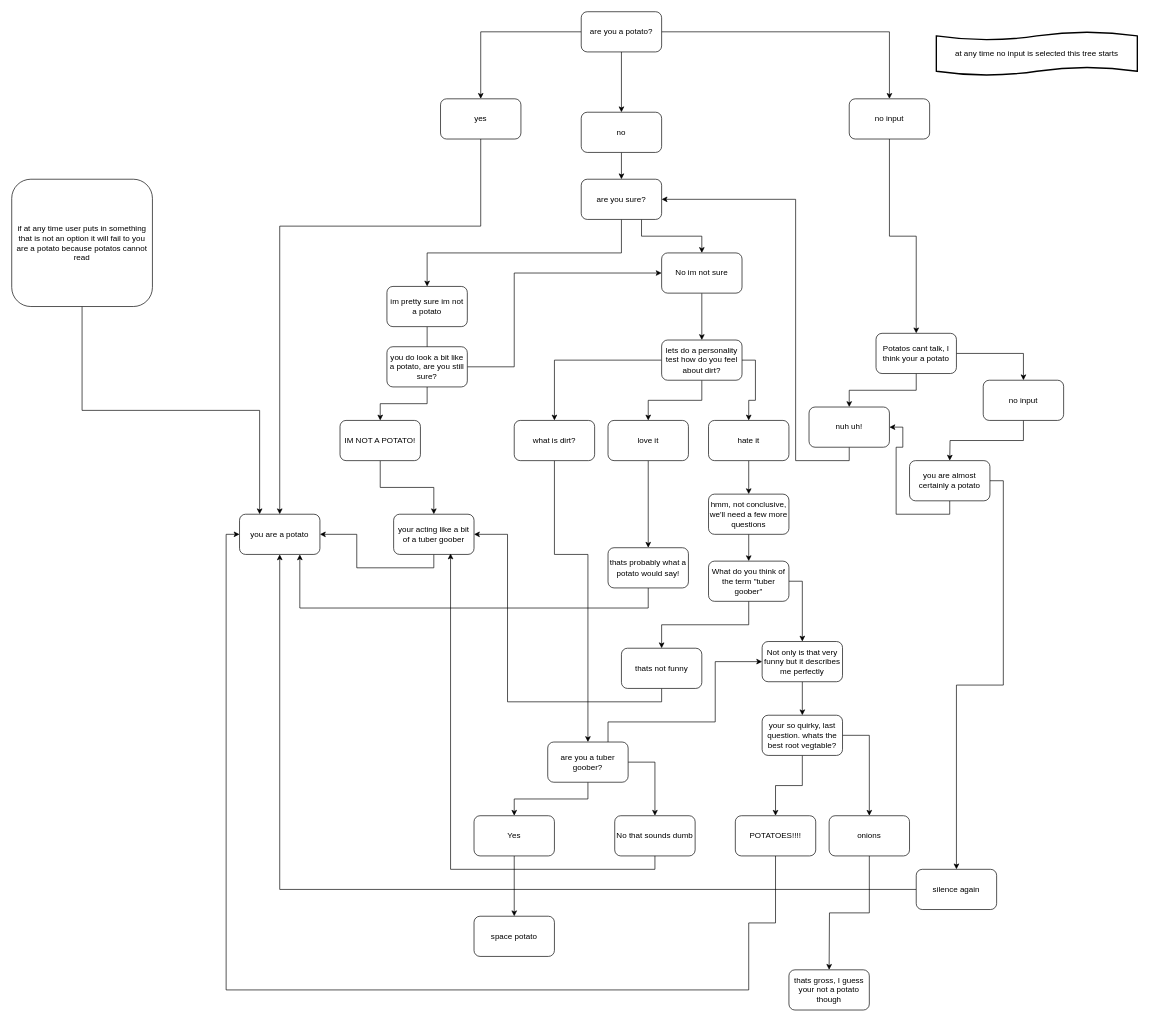
The draw.io diagram challenges/if-logic-diy/areyouapotato.drawio in kmatthews123/alta3training, before the edit. Source tidied: cells renumbered, new cells numbered last; positions are measured from the earlier drawing's top-left corner, leaving out a move shared by most shapes. Both pictures are drawn from the tidied source at 67%, with x=0, y=0 at pixel (11, 11).
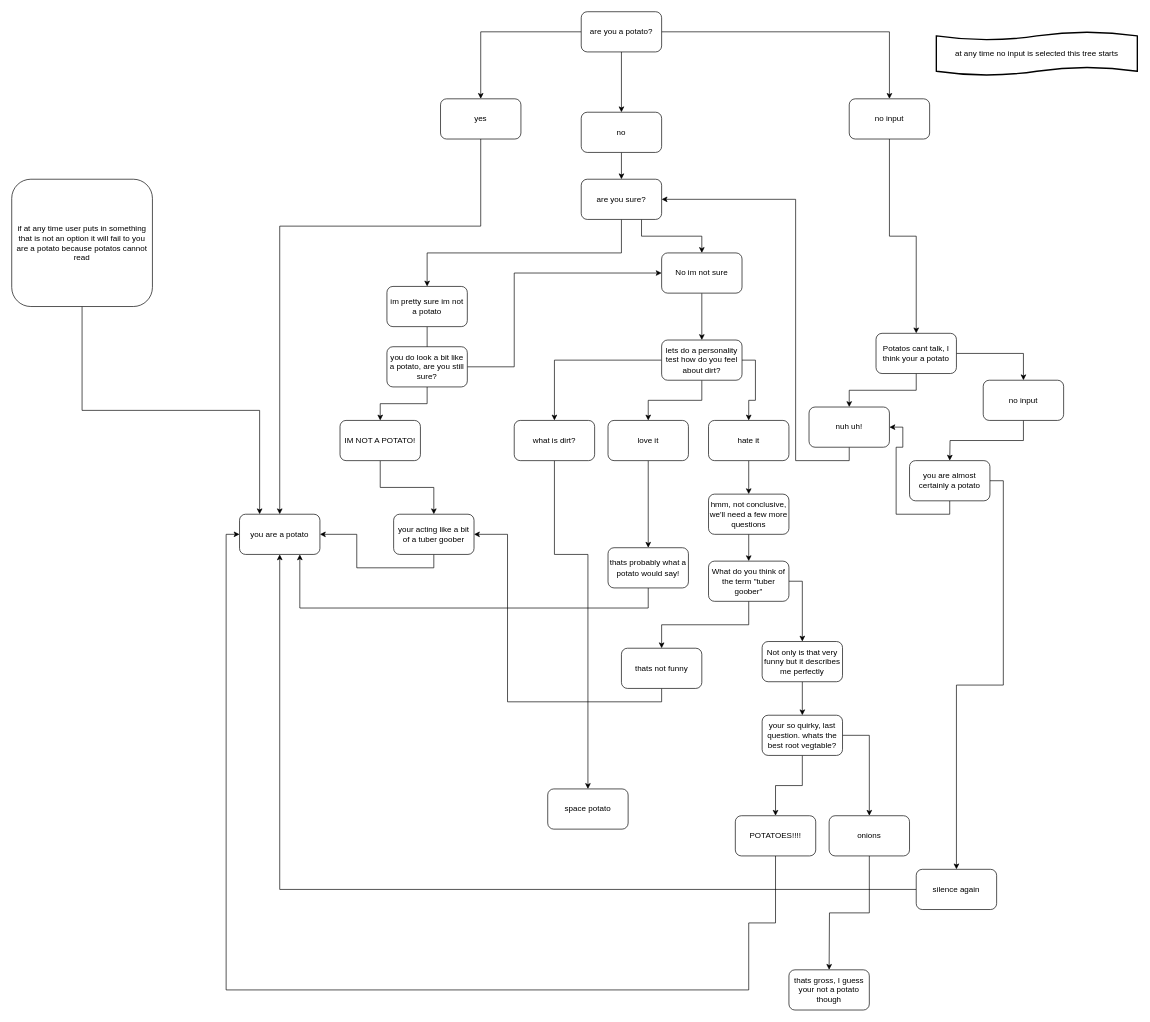
The same diagram, later.

The change refers to these unchanged cells:
```xml
<mxCell id="23" value="your acting like a bit of a tuber goober" style="rounded=1;whiteSpace=wrap;html=1;" parent="1" vertex="1">
  <mxGeometry x="570" y="750" width="120" height="60" as="geometry" />
</mxCell>
<mxCell id="47" value="what is dirt?" style="rounded=1;whiteSpace=wrap;html=1;" parent="1" vertex="1">
  <mxGeometry x="750" y="610" width="120" height="60" as="geometry" />
</mxCell>
<mxCell id="59" value="Not only is that very funny but it describes me perfectly" style="rounded=1;whiteSpace=wrap;html=1;" parent="1" vertex="1">
  <mxGeometry x="1120" y="940" width="120" height="60" as="geometry" />
</mxCell>
```

What changed in the source:
```diff
@@
-    <mxCell id="46" style="edgeStyle=orthogonalEdgeStyle;rounded=0;jettySize=auto;html=1;exitX=0.5;exitY=1;exitDx=0;exitDy=0;entryX=0.5;entryY=0;entryDx=0;entryDy=0;" parent="1" edge="1" source="47" target="67">
+    <mxCell id="46" style="edgeStyle=orthogonalEdgeStyle;rounded=0;jettySize=auto;html=1;exitX=0.5;exitY=1;exitDx=0;exitDy=0;entryX=0.5;entryY=0;entryDx=0;entryDy=0;" parent="1" edge="1" source="47" target="70">
       <mxGeometry relative="1" as="geometry">
         <Array as="points">
           <mxPoint x="810" y="810" />
           <mxPoint x="860" y="810" />
         </Array>
       </mxGeometry>
     </mxCell>
@@
-    <mxCell id="64" style="edgeStyle=orthogonalEdgeStyle;rounded=0;jettySize=auto;html=1;exitX=0.5;exitY=1;exitDx=0;exitDy=0;entryX=0.5;entryY=0;entryDx=0;entryDy=0;" parent="1" edge="1" source="67" target="69">
-      <mxGeometry relative="1" as="geometry" />
-    </mxCell>
-    <mxCell id="65" style="edgeStyle=orthogonalEdgeStyle;rounded=0;jettySize=auto;html=1;exitX=1;exitY=0.5;exitDx=0;exitDy=0;entryX=0.5;entryY=0;entryDx=0;entryDy=0;" parent="1" edge="1" source="67" target="71">
-      <mxGeometry relative="1" as="geometry" />
-    </mxCell>
-    <mxCell id="66" style="edgeStyle=orthogonalEdgeStyle;rounded=0;jettySize=auto;html=1;exitX=0.75;exitY=0;exitDx=0;exitDy=0;entryX=0;entryY=0.5;entryDx=0;entryDy=0;" parent="1" edge="1" source="67" target="59">
-      <mxGeometry relative="1" as="geometry">
-        <Array as="points">
-          <mxPoint x="890" y="1060" />
-          <mxPoint x="1050" y="1060" />
-          <mxPoint x="1050" y="970" />
-        </Array>
-      </mxGeometry>
-    </mxCell>
-    <mxCell id="67" value="are you a tuber goober?" style="rounded=1;whiteSpace=wrap;html=1;" parent="1" vertex="1">
-      <mxGeometry x="800" y="1090" width="120" height="60" as="geometry" />
-    </mxCell>
-    <mxCell id="68" style="edgeStyle=orthogonalEdgeStyle;rounded=0;jettySize=auto;html=1;exitX=0.5;exitY=1;exitDx=0;exitDy=0;" parent="1" edge="1" source="69" target="70">
-      <mxGeometry relative="1" as="geometry" />
-    </mxCell>
-    <mxCell id="69" value="Yes" style="rounded=1;whiteSpace=wrap;html=1;" parent="1" vertex="1">
-      <mxGeometry x="690" y="1200" width="120" height="60" as="geometry" />
-    </mxCell>
     <mxCell id="70" value="space potato" style="rounded=1;whiteSpace=wrap;html=1;" parent="1" vertex="1">
-      <mxGeometry x="690" y="1350" width="120" height="60" as="geometry" />
+      <mxGeometry x="800" y="1160" width="120" height="60" as="geometry" />
     </mxCell>
-    <mxCell id="71" value="No that sounds dumb" style="rounded=1;whiteSpace=wrap;html=1;" parent="1" vertex="1">
-      <mxGeometry x="900" y="1200" width="120" height="60" as="geometry" />
-    </mxCell>
-    <mxCell id="72" style="edgeStyle=orthogonalEdgeStyle;rounded=0;jettySize=auto;html=1;exitX=0.5;exitY=1;exitDx=0;exitDy=0;entryX=0.708;entryY=0.978;entryDx=0;entryDy=0;entryPerimeter=0;" parent="1" edge="1" source="71" target="23">
-      <mxGeometry relative="1" as="geometry" />
-    </mxCell>
```
